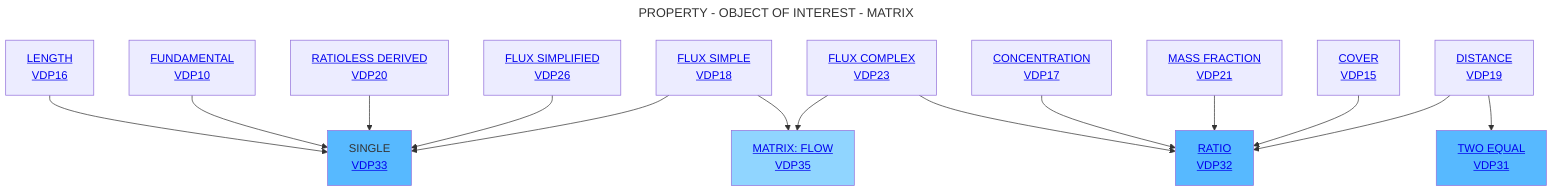
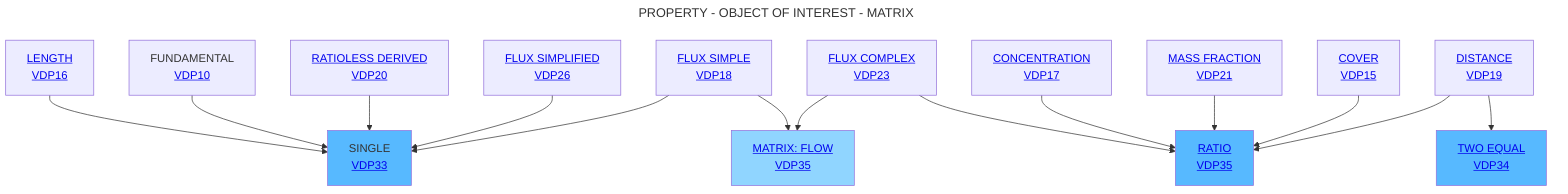
---
title: PROPERTY - OBJECT OF INTEREST - MATRIX
---
flowchart TD
    A[<a href='https://github.com/mabablue/I-ADOPT-patterns-playground/blob/main/pattern/VDP16.yaml'>LENGTH <br> VDP16</a>] --> C[SINGLE<br><a href='https://github.com/mabablue/I-ADOPT-patterns-playground/blob/main/pattern/VDP33.yaml'> VDP33</a>]:::satblue
-     B[<a href='https://github.com/mabablue/I-ADOPT-patterns-playground/blob/main/pattern/VDP10.yaml'>FUNDAMENTAL <br> VDP10</a>]  --> C
+     B[FUNDAMENTAL <br> <a href='https://github.com/mabablue/I-ADOPT-patterns-playground/blob/main/pattern/VDP10.yaml'> VDP10</a>]  --> C
    D[<a href='https://github.com/mabablue/I-ADOPT-patterns-playground/blob/main/pattern/VDP20.yaml'>RATIOLESS DERIVED <br> VDP20</a>] --> C
    E[<a href='https://github.com/mabablue/I-ADOPT-patterns-playground/blob/main/pattern/VDP20.yaml'>FLUX SIMPLIFIED <br> VDP26</a>] --> C
    I[<a href='https://github.com/mabablue/I-ADOPT-patterns-playground/blob/main/pattern/VDP23.yaml'>FLUX COMPLEX <br> VDP23</a>] --> F
    M[<a href='https://github.com/mabablue/I-ADOPT-patterns-playground/blob/main/pattern/VDP17.yaml'>CONCENTRATION <br> VDP17</a>] --> F
-     L[<a href='https://github.com/mabablue/I-ADOPT-patterns-playground/blob/main/pattern/VDP21.yaml'>MASS FRACTION <br> VDP21</a>] --> F[<a href='https://github.com/mabablue/I-ADOPT-patterns-playground/blob/main/pattern/VDP32.yaml'>RATIO <br> VDP32</a>]:::satblue
+     L[<a href='https://github.com/mabablue/I-ADOPT-patterns-playground/blob/main/pattern/VDP21.yaml'>MASS FRACTION <br> VDP21</a>] --> F[<a href='https://github.com/mabablue/I-ADOPT-patterns-playground/blob/main/pattern/VDP35.yaml'>RATIO <br> VDP35</a>]:::satblue
    Q[<a href='https://github.com/mabablue/I-ADOPT-patterns-playground/blob/main/pattern/VDP18.yaml'>FLUX SIMPLE <br> VDP18</a>] --> C
    P[<a href='https://github.com/mabablue/I-ADOPT-patterns-playground/blob/main/pattern/VDP15.yaml'>COVER <br> VDP15</a>] --> F
    Q --> K[<a href='https://github.com/mabablue/I-ADOPT-patterns-playground/blob/main/pattern/VDP35.yaml'>MATRIX: FLOW <br> VDP35</a>]:::blue
    G[<a href='https://github.com/mabablue/I-ADOPT-patterns-playground/blob/main/pattern/VDP19.yaml'>DISTANCE <br> VDP19</a>] --> F
-     G --> R[<a href='https://github.com/mabablue/I-ADOPT-patterns-playground/blob/main/pattern/VDP31.yaml'>TWO EQUAL <br> VDP31</a>]:::satblue
+     G --> R[<a href='https://github.com/mabablue/I-ADOPT-patterns-playground/blob/main/pattern/VDP34.yaml'>TWO EQUAL <br> VDP34</a>]:::satblue
    I --> K

   classDef blue fill:#90D5FF
   classDef satblue fill:#57B9FF
